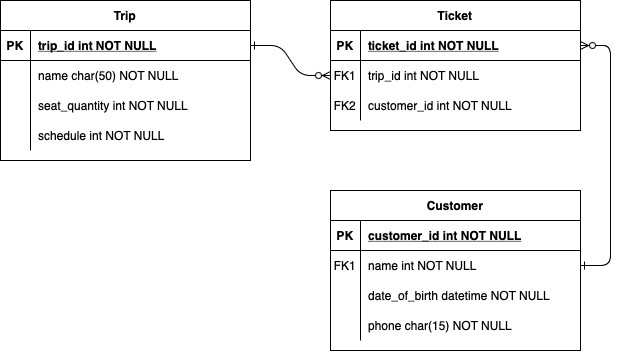
Above: images/ERD.drawio.png in trantienduat/MSE26-Python-assignment-group6 (draw.io), before the change. Source tidied: cells renumbered, new cells last; positions are measured from the earlier drawing's top-left corner, leaving out a move shared by most shapes. Source of this version:
```xml
<mxGraphModel>
  <root>
    <mxCell id="0" />
    <mxCell id="1" parent="0" />
    <mxCell id="2" style="edgeStyle=entityRelationEdgeStyle;endArrow=ERzeroToMany;startArrow=ERone;endFill=1;startFill=0;" parent="1" edge="1" source="28" target="8">
      <mxGeometry relative="1" as="geometry" />
    </mxCell>
    <mxCell id="3" style="edgeStyle=entityRelationEdgeStyle;endArrow=ERone;startArrow=ERzeroToMany;endFill=0;startFill=0;" parent="1" edge="1" source="5" target="18">
      <mxGeometry relative="1" as="geometry" />
    </mxCell>
    <mxCell id="4" value="Ticket" style="shape=table;startSize=30;rowLines=0;fontStyle=1;align=center;" parent="1" vertex="1">
      <mxGeometry x="330" width="250" height="130" as="geometry" />
    </mxCell>
    <mxCell id="5" style="shape=partialRectangle;fillColor=none;points=[[0,0.5],[1,0.5]];portConstraint=eastwest;top=0;left=0;right=0;bottom=1;" parent="4" vertex="1">
      <mxGeometry y="30" width="250" height="30" as="geometry" />
    </mxCell>
    <mxCell id="6" value="PK" style="shape=partialRectangle;overflow=hidden;fillColor=none;top=0;left=0;bottom=0;right=0;fontStyle=1;" parent="5" vertex="1">
      <mxGeometry width="30" height="30" as="geometry" />
    </mxCell>
    <mxCell id="7" value="ticket_id int NOT NULL " style="shape=partialRectangle;overflow=hidden;fillColor=none;top=0;left=0;bottom=0;right=0;align=left;spacingLeft=6;fontStyle=5;" parent="5" vertex="1">
      <mxGeometry x="30" width="220" height="30" as="geometry" />
    </mxCell>
    <mxCell id="8" style="shape=partialRectangle;fillColor=none;points=[[0,0.5],[1,0.5]];portConstraint=eastwest;top=0;left=0;right=0;bottom=0;" parent="4" vertex="1">
      <mxGeometry y="60" width="250" height="30" as="geometry" />
    </mxCell>
    <mxCell id="9" value="FK1" style="shape=partialRectangle;overflow=hidden;fillColor=none;top=0;left=0;bottom=0;right=0;" parent="8" vertex="1">
      <mxGeometry width="30" height="30" as="geometry" />
    </mxCell>
    <mxCell id="10" value="trip_id int NOT NULL" style="shape=partialRectangle;overflow=hidden;fillColor=none;top=0;left=0;bottom=0;right=0;align=left;spacingLeft=6;" parent="8" vertex="1">
      <mxGeometry x="30" width="220" height="30" as="geometry" />
    </mxCell>
    <mxCell id="11" style="shape=partialRectangle;fillColor=none;top=0;left=0;right=0;bottom=0;" parent="4" vertex="1">
      <mxGeometry y="90" width="250" height="30" as="geometry" />
    </mxCell>
    <mxCell id="12" value="FK2" style="shape=partialRectangle;overflow=hidden;fillColor=none;top=0;left=0;bottom=0;right=0;" parent="11" vertex="1">
      <mxGeometry width="30" height="30" as="geometry" />
    </mxCell>
    <mxCell id="13" value="customer_id int NOT NULL" style="shape=partialRectangle;overflow=hidden;fillColor=none;top=0;left=0;bottom=0;right=0;align=left;spacingLeft=6;" parent="11" vertex="1">
      <mxGeometry x="30" width="220" height="30" as="geometry" />
    </mxCell>
    <mxCell id="14" value="Customer" style="shape=table;startSize=30;rowLines=0;fontStyle=1;align=center;" parent="1" vertex="1">
      <mxGeometry x="330" y="190" width="250" height="160" as="geometry" />
    </mxCell>
    <mxCell id="15" style="shape=partialRectangle;fillColor=none;top=0;left=0;right=0;bottom=1;" parent="14" vertex="1">
      <mxGeometry y="30" width="250" height="30" as="geometry" />
    </mxCell>
    <mxCell id="16" value="PK" style="shape=partialRectangle;overflow=hidden;fillColor=none;top=0;left=0;bottom=0;right=0;fontStyle=1;" parent="15" vertex="1">
      <mxGeometry width="30" height="30" as="geometry" />
    </mxCell>
    <mxCell id="17" value="customer_id int NOT NULL " style="shape=partialRectangle;overflow=hidden;fillColor=none;top=0;left=0;bottom=0;right=0;align=left;spacingLeft=6;fontStyle=5;" parent="15" vertex="1">
      <mxGeometry x="30" width="220" height="30" as="geometry" />
    </mxCell>
    <mxCell id="18" style="shape=partialRectangle;fillColor=none;points=[[0,0.5],[1,0.5]];portConstraint=eastwest;top=0;left=0;right=0;bottom=0;" parent="14" vertex="1">
      <mxGeometry y="60" width="250" height="30" as="geometry" />
    </mxCell>
    <mxCell id="19" value="FK1" style="shape=partialRectangle;overflow=hidden;fillColor=none;top=0;left=0;bottom=0;right=0;" parent="18" vertex="1">
      <mxGeometry width="30" height="30" as="geometry" />
    </mxCell>
    <mxCell id="20" value="name int NOT NULL" style="shape=partialRectangle;overflow=hidden;fillColor=none;top=0;left=0;bottom=0;right=0;align=left;spacingLeft=6;" parent="18" vertex="1">
      <mxGeometry x="30" width="220" height="30" as="geometry" />
    </mxCell>
    <mxCell id="21" style="shape=partialRectangle;fillColor=none;top=0;left=0;right=0;bottom=0;" parent="14" vertex="1">
      <mxGeometry y="90" width="250" height="30" as="geometry" />
    </mxCell>
    <mxCell id="22" style="shape=partialRectangle;overflow=hidden;fillColor=none;top=0;left=0;bottom=0;right=0;" parent="21" vertex="1">
      <mxGeometry width="30" height="30" as="geometry" />
    </mxCell>
    <mxCell id="23" value="date_of_birth datetime NOT NULL" style="shape=partialRectangle;overflow=hidden;fillColor=none;top=0;left=0;bottom=0;right=0;align=left;spacingLeft=6;" parent="21" vertex="1">
      <mxGeometry x="30" width="220" height="30" as="geometry" />
    </mxCell>
    <mxCell id="24" style="shape=partialRectangle;fillColor=none;top=0;left=0;right=0;bottom=0;" parent="14" vertex="1">
      <mxGeometry y="120" width="250" height="30" as="geometry" />
    </mxCell>
    <mxCell id="25" style="shape=partialRectangle;overflow=hidden;fillColor=none;top=0;left=0;bottom=0;right=0;" parent="24" vertex="1">
      <mxGeometry width="30" height="30" as="geometry" />
    </mxCell>
    <mxCell id="26" value="phone char(15) NOT NULL" style="shape=partialRectangle;overflow=hidden;fillColor=none;top=0;left=0;bottom=0;right=0;align=left;spacingLeft=6;" parent="24" vertex="1">
      <mxGeometry x="30" width="220" height="30" as="geometry" />
    </mxCell>
    <mxCell id="27" value="Trip" style="shape=table;startSize=30;rowLines=0;fontStyle=1;align=center;" parent="1" vertex="1">
      <mxGeometry width="250" height="160" as="geometry" />
    </mxCell>
    <mxCell id="28" style="shape=partialRectangle;fillColor=none;points=[[0,0.5],[1,0.5]];portConstraint=eastwest;top=0;left=0;right=0;bottom=1;" parent="27" vertex="1">
      <mxGeometry y="30" width="250" height="30" as="geometry" />
    </mxCell>
    <mxCell id="29" value="PK" style="shape=partialRectangle;overflow=hidden;fillColor=none;top=0;left=0;bottom=0;right=0;fontStyle=1;" parent="28" vertex="1">
      <mxGeometry width="30" height="30" as="geometry" />
    </mxCell>
    <mxCell id="30" value="trip_id int NOT NULL " style="shape=partialRectangle;overflow=hidden;fillColor=none;top=0;left=0;bottom=0;right=0;align=left;spacingLeft=6;fontStyle=5;" parent="28" vertex="1">
      <mxGeometry x="30" width="220" height="30" as="geometry" />
    </mxCell>
    <mxCell id="31" style="shape=partialRectangle;fillColor=none;top=0;left=0;right=0;bottom=0;" parent="27" vertex="1">
      <mxGeometry y="60" width="250" height="30" as="geometry" />
    </mxCell>
    <mxCell id="32" style="shape=partialRectangle;overflow=hidden;fillColor=none;top=0;left=0;bottom=0;right=0;" parent="31" vertex="1">
      <mxGeometry width="30" height="30" as="geometry" />
    </mxCell>
    <mxCell id="33" value="name char(50) NOT NULL" style="shape=partialRectangle;overflow=hidden;fillColor=none;top=0;left=0;bottom=0;right=0;align=left;spacingLeft=6;" parent="31" vertex="1">
      <mxGeometry x="30" width="220" height="30" as="geometry" />
    </mxCell>
    <mxCell id="34" style="shape=partialRectangle;fillColor=none;top=0;left=0;right=0;bottom=0;" parent="27" vertex="1">
      <mxGeometry y="90" width="250" height="30" as="geometry" />
    </mxCell>
    <mxCell id="35" style="shape=partialRectangle;overflow=hidden;fillColor=none;top=0;left=0;bottom=0;right=0;" parent="34" vertex="1">
      <mxGeometry width="30" height="30" as="geometry" />
    </mxCell>
    <mxCell id="36" value="seat_quantity int NOT NULL" style="shape=partialRectangle;overflow=hidden;fillColor=none;top=0;left=0;bottom=0;right=0;align=left;spacingLeft=6;" parent="34" vertex="1">
      <mxGeometry x="30" width="220" height="30" as="geometry" />
    </mxCell>
    <mxCell id="37" style="shape=partialRectangle;fillColor=none;top=0;left=0;right=0;bottom=0;" parent="27" vertex="1">
      <mxGeometry y="120" width="250" height="30" as="geometry" />
    </mxCell>
    <mxCell id="38" style="shape=partialRectangle;overflow=hidden;fillColor=none;top=0;left=0;bottom=0;right=0;" parent="37" vertex="1">
      <mxGeometry width="30" height="30" as="geometry" />
    </mxCell>
    <mxCell id="39" value="schedule int NOT NULL" style="shape=partialRectangle;overflow=hidden;fillColor=none;top=0;left=0;bottom=0;right=0;align=left;spacingLeft=6;" parent="37" vertex="1">
      <mxGeometry x="30" width="220" height="30" as="geometry" />
    </mxCell>
  </root>
</mxGraphModel>
```
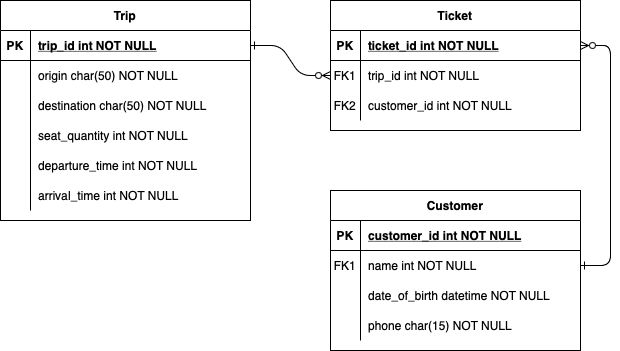
After the change.

What changed in the source:
```diff
@@ -78,7 +78,7 @@
       <mxGeometry x="30" width="220" height="30" as="geometry" />
     </mxCell>
     <mxCell id="27" value="Trip" style="shape=table;startSize=30;rowLines=0;fontStyle=1;align=center;" parent="1" vertex="1">
-      <mxGeometry width="250" height="160" as="geometry" />
+      <mxGeometry width="250" height="220" as="geometry" />
     </mxCell>
     <mxCell id="28" style="shape=partialRectangle;fillColor=none;points=[[0,0.5],[1,0.5]];portConstraint=eastwest;top=0;left=0;right=0;bottom=1;" parent="27" vertex="1">
       <mxGeometry y="30" width="250" height="30" as="geometry" />
@@ -95,11 +95,20 @@
     <mxCell id="32" style="shape=partialRectangle;overflow=hidden;fillColor=none;top=0;left=0;bottom=0;right=0;" parent="31" vertex="1">
       <mxGeometry width="30" height="30" as="geometry" />
     </mxCell>
-    <mxCell id="33" value="name char(50) NOT NULL" style="shape=partialRectangle;overflow=hidden;fillColor=none;top=0;left=0;bottom=0;right=0;align=left;spacingLeft=6;" parent="31" vertex="1">
+    <mxCell id="33" value="origin char(50) NOT NULL" style="shape=partialRectangle;overflow=hidden;fillColor=none;top=0;left=0;bottom=0;right=0;align=left;spacingLeft=6;" parent="31" vertex="1">
       <mxGeometry x="30" width="220" height="30" as="geometry" />
     </mxCell>
+    <mxCell id="40" style="shape=partialRectangle;fillColor=none;top=0;left=0;right=0;bottom=0;" parent="27" vertex="1">
+      <mxGeometry y="90" width="250" height="30" as="geometry" />
+    </mxCell>
+    <mxCell id="41" style="shape=partialRectangle;overflow=hidden;fillColor=none;top=0;left=0;bottom=0;right=0;" parent="40" vertex="1">
+      <mxGeometry width="30" height="30" as="geometry" />
+    </mxCell>
+    <mxCell id="42" value="destination char(50) NOT NULL" style="shape=partialRectangle;overflow=hidden;fillColor=none;top=0;left=0;bottom=0;right=0;align=left;spacingLeft=6;" parent="40" vertex="1">
+      <mxGeometry x="30" width="220" height="30" as="geometry" />
+    </mxCell>
     <mxCell id="34" style="shape=partialRectangle;fillColor=none;top=0;left=0;right=0;bottom=0;" parent="27" vertex="1">
-      <mxGeometry y="90" width="250" height="30" as="geometry" />
+      <mxGeometry y="120" width="250" height="30" as="geometry" />
     </mxCell>
     <mxCell id="35" style="shape=partialRectangle;overflow=hidden;fillColor=none;top=0;left=0;bottom=0;right=0;" parent="34" vertex="1">
       <mxGeometry width="30" height="30" as="geometry" />
@@ -108,13 +117,22 @@
       <mxGeometry x="30" width="220" height="30" as="geometry" />
     </mxCell>
     <mxCell id="37" style="shape=partialRectangle;fillColor=none;top=0;left=0;right=0;bottom=0;" parent="27" vertex="1">
-      <mxGeometry y="120" width="250" height="30" as="geometry" />
+      <mxGeometry y="150" width="250" height="30" as="geometry" />
     </mxCell>
     <mxCell id="38" style="shape=partialRectangle;overflow=hidden;fillColor=none;top=0;left=0;bottom=0;right=0;" parent="37" vertex="1">
       <mxGeometry width="30" height="30" as="geometry" />
     </mxCell>
-    <mxCell id="39" value="schedule int NOT NULL" style="shape=partialRectangle;overflow=hidden;fillColor=none;top=0;left=0;bottom=0;right=0;align=left;spacingLeft=6;" parent="37" vertex="1">
+    <mxCell id="39" value="departure_time int NOT NULL" style="shape=partialRectangle;overflow=hidden;fillColor=none;top=0;left=0;bottom=0;right=0;align=left;spacingLeft=6;" parent="37" vertex="1">
       <mxGeometry x="30" width="220" height="30" as="geometry" />
     </mxCell>
+    <mxCell id="43" style="shape=partialRectangle;fillColor=none;top=0;left=0;right=0;bottom=0;" parent="27" vertex="1">
+      <mxGeometry y="180" width="250" height="30" as="geometry" />
+    </mxCell>
+    <mxCell id="44" style="shape=partialRectangle;overflow=hidden;fillColor=none;top=0;left=0;bottom=0;right=0;" parent="43" vertex="1">
+      <mxGeometry width="30" height="30" as="geometry" />
+    </mxCell>
+    <mxCell id="45" value="arrival_time int NOT NULL" style="shape=partialRectangle;overflow=hidden;fillColor=none;top=0;left=0;bottom=0;right=0;align=left;spacingLeft=6;" parent="43" vertex="1">
+      <mxGeometry x="30" width="220" height="30" as="geometry" />
+    </mxCell>
   </root>
 </mxGraphModel>
```
